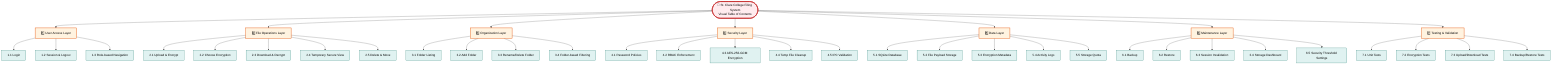
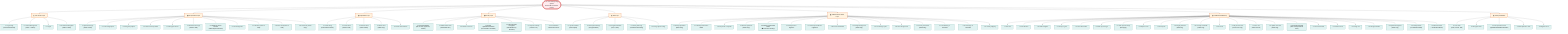
flowchart TB
-   ROOT(["🏢 St. Clare College Filing System<br/>Visual Table of Contents"])
+   ROOT(["🏢 St. Clare College Filing System<br/>Visual Table of Contents (VTOC)"])

  ROOT --> A["1️⃣ User Access Layer"]
-   A --> A1["1.1 Login"]
-   A --> A2["1.2 Session & Logout"]
-   A --> A3["1.3 Role-based Navigation"]
+   A --> A1["1.1 Login Page<br/>(Username/Password)"]
+   A --> A2["1.2 Session Management<br/>(Token + Cookies)"]
+   A --> A3["1.3 Logout"]
+   A --> A4["1.4 Role-Based Navigation<br/>(Admin vs Staff)"]

  ROOT --> B["2️⃣ File Operations Layer"]
-   B --> B1["2.1 Upload & Encrypt"]
-   B --> B2["2.2 Choose Encryption"]
-   B --> B3["2.3 Download & Decrypt"]
-   B --> B4["2.4 Temporary Secure View"]
-   B --> B5["2.5 Delete & Move"]
+   B --> B1["2.1 Upload & Encrypt<br/>(Admin & Staff)"]
+   B --> B1a["2.1a File Dialog Upload"]
+   B --> B1b["2.1b Drag-Drop Upload"]
+   B --> B1c["2.1c Batch Summary Modal"]
+   B --> B1d["2.1d Encryption Choice"]
+   B --> B2["2.2 Download & Decrypt<br/>(Admin & Staff)"]
+   B --> B3["2.3 Temporary Secure Preview<br/>(PDF/Image/Docs/Sheets)"]
+   B --> B4["2.4 File Management"]
+   B --> B4a["2.4a Rename (Admin & Staff)"]
+   B --> B4b["2.4b Move Shelf (Admin & Staff)"]
+   B --> B4c["2.4c Delete File (Admin Only)"]

  ROOT --> C["3️⃣ Organization Layer"]
-   C --> C1["3.1 Folder Listing"]
-   C --> C2["3.2 Add Folder"]
-   C --> C3["3.3 Rename/Delete Folder"]
-   C --> C4["3.4 Folder-based Filtering"]
+   C --> C1["3.1 Shelf Listing<br/>(Exclude Archive/Inbox)"]
+   C --> C2["3.2 Create Shelf<br/>(Admin & Staff)"]
+   C --> C3["3.3 Rename Shelf<br/>(Admin & Staff)"]
+   C --> C4["3.4 Delete Shelf<br/>(Admin Only)"]
+   C --> C5["3.5 Check Shelf Contents"]

  ROOT --> D["4️⃣ Security Layer"]
-   D --> D1["4.1 Password Policies"]
-   D --> D2["4.2 RBAC Enforcement"]
-   D --> D3["4.3 AES-256-GCM Encryption"]
-   D --> D4["4.4 Temp File Cleanup"]
-   D --> D5["4.5 IPC Validation"]
+   D --> D1["4.1 Password Policies<br/>(Min 12 chars, uppercase, number)"]
+   D --> D2["4.2 RBAC Enforcement<br/>(Admin/Staff roles)"]
+   D --> D2a["4.2a Admin: Full access"]
+   D --> D2b["4.2b Staff: Upload/Rename/Move<br/>(No Delete/No Thresholds)"]
+   D --> D3["4.3 AES-256-GCM Encryption<br/>(with PBKDF2 key derivation)"]
+   D --> D4["4.4 Temp File Cleanup<br/>(2-minute TTL)"]
+   D --> D5["4.5 IPC Validation<br/>& Permission Checks"]

  ROOT --> E["5️⃣ Data Layer"]
-   E --> E1["5.1 SQLite Database"]
-   E --> E2["5.2 File Payload Storage"]
-   E --> E3["5.3 Encryption Metadata"]
-   E --> E4["5.4 Activity Logs"]
-   E --> E5["5.5 Storage Quota"]
+   E --> E1["5.1 SQLite Database<br/>(better-sqlite3)"]
+   E --> E2["5.2 File Payload Storage<br/>(Encrypted blobs)"]
+   E --> E3["5.3 Encryption Metadata<br/>(Salt, IV, Auth)"]
+   E --> E4["5.4 Activity Audit Log<br/>(User/Action/Timestamp)"]
+   E --> E5["5.5 Storage Quota Config"]

-   ROOT --> F["6️⃣ Maintenance Layer"]
-   F --> F1["6.1 Backup"]
-   F --> F2["6.2 Restore"]
-   F --> F3["6.3 Session Invalidation"]
-   F --> F4["6.4 Storage Dashboard"]
-   F --> F5["6.5 Security Threshold Settings"]
+   ROOT --> F["6️⃣ Maintenance & Admin Layer"]
+   F --> F1["6.1 Backup Operations<br/>(Admin Only)"]
+   F --> F1a["6.1a Backup Confirmation Modal"]
+   F --> F1b["6.1b Export DB + Payloads"]
+   F --> F2["6.2 Restore Operations<br/>(Admin Only)"]
+   F --> F2a["6.2a Restore Confirmation Modal<br/>(⚠️ Destructive warning)"]
+   F --> F2b["6.2b Verify Archive Signature"]
+   F --> F2c["6.2c Hot-Swap Handler Re-registration"]
+   F --> F2d["6.2d Session Invalidation"]
+   F --> F3["6.3 Storage Management<br/>(Admin Only)"]
+   F --> F3a["6.3a Set Storage Quota"]
+   F --> F3b["6.3b View Storage Stats"]
+   F --> F4["6.4 Security Thresholds<br/>(Admin Only)"]
+   F --> F4a["6.4a Set Warning % Threshold"]
+   F --> F4b["6.4b Set Danger % Threshold"]
+   F --> F4c["6.4c Severity Mapping"]

-   ROOT --> G["7️⃣ Testing & Validation"]
-   G --> G1["7.1 Unit Tests"]
-   G --> G2["7.2 Encryption Tests"]
-   G --> G3["7.3 Upload/Download Tests"]
-   G --> G4["7.4 Backup/Restore Tests"]
+   ROOT --> G["7️⃣ Dashboard & Monitoring"]
+   G --> G1["7.1 Files Tab"]
+   G --> G1a["7.1a File Browser"]
+   G --> G1b["7.1b Shelf Navigation"]
+   G --> G2["7.2 Activity Log Tab"]
+   G --> G2a["7.2a View All Activities"]
+   G --> G2b["7.2b Filter by User/Type"]
+   G --> G2c["7.2c Filter by Date Range<br/>(Auto-apply)"]
+   G --> G2d["7.2d Export to CSV"]
+   G --> G3["7.3 Security Tab"]
+   G --> G3a["7.3a Integrity Statistics<br/>(Read-only)"]
+   G --> G3b["7.3b Security Thresholds<br/>(Admin only)"]
+   G --> G4["7.4 Users Tab"]
+   G --> G4a["7.4a My Account Card<br/>(Current user only)"]
+   G --> G4b["7.4b User List<br/>(Other accounts)"]
+   G --> G4c["7.4c Update User Role<br/>(Admin only)"]
+   G --> G4d["7.4d Change Password<br/>(2FA: Current password twice)"]
+   G --> G4e["7.4e Reset Password"]
+   G --> G4f["7.4f Unlock Account"]
+   G --> G5["7.5 Storage Tab"]
+   G --> G5a["7.5a Storage Statistics"]
+   G --> G5b["7.5b Quota Management<br/>(Admin only)"]
+   G --> G5c["7.5c Backup Button<br/>(+ Confirmation Modal)"]
+   G --> G5d["7.5d Restore Button<br/>(+ Confirmation Modal)"]
+ 
+   ROOT --> H["8️⃣ Testing & Validation"]
+   H --> H1["8.1 Unit Tests<br/>(Auth, Services, Utils)"]
+   H --> H2["8.2 Encryption Tests"]
+   H --> H3["8.3 File Operations Tests<br/>(Upload/Download/Rename/Move)"]
+   H --> H4["8.4 Backup/Restore Tests"]
+   H --> H5["8.5 Migration Tests"]

  classDef root fill:#ffebee,stroke:#c62828,stroke-width:3px,color:#000
  classDef layer fill:#fff3e0,stroke:#e65100,stroke-width:2px,color:#000
  classDef sublayer fill:#e0f2f1,stroke:#00695c,stroke-width:1px,color:#000

  class ROOT root
-   class A,B,C,D,E,F,G layer
-   class A1,A2,A3,B1,B2,B3,B4,B5,C1,C2,C3,C4,D1,D2,D3,D4,D5,E1,E2,E3,E4,E5,F1,F2,F3,F4,F5,G1,G2,G3,G4 sublayer+   class A,B,C,D,E,F,G,H layer
+   class A1,A2,A3,A4,B1,B1a,B1b,B1c,B1d,B2,B3,B4,B4a,B4b,B4c,C1,C2,C3,C4,C5,D1,D2,D2a,D2b,D3,D4,D5,E1,E2,E3,E4,E5,F1,F1a,F1b,F2,F2a,F2b,F2c,F2d,F3,F3a,F3b,F4,F4a,F4b,F4c,G1,G1a,G1b,G2,G2a,G2b,G2c,G2d,G3,G3a,G3b,G4,G4a,G4b,G4c,G4d,G4e,G4f,G5,G5a,G5b,G5c,G5d,H1,H2,H3,H4,H5 sublayer